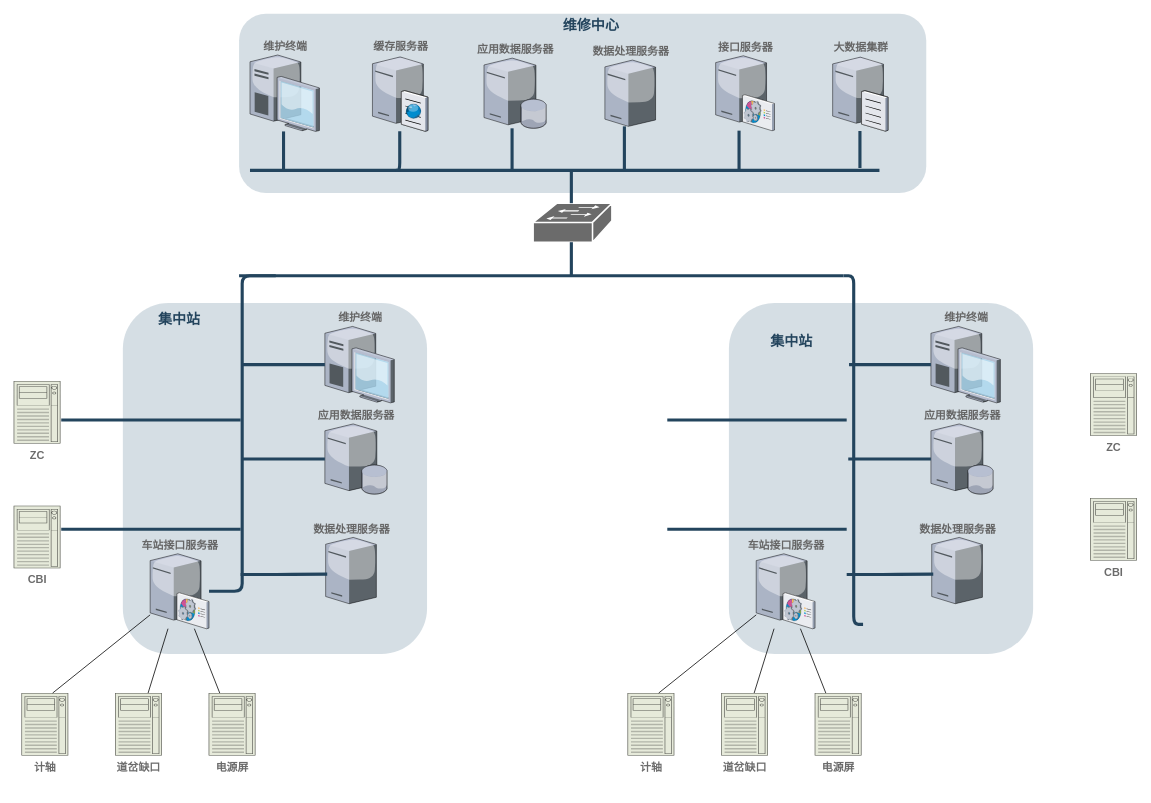
Earlier version of the draw.io diagram IMS-Deployment.drawio (how-chwong/nug). Source tidied: cells renumbered, new cells numbered last; positions are measured from the earlier drawing's top-left corner, leaving out a move shared by most shapes. Both pictures are drawn from the tidied source at 78%, with x=0, y=0 at pixel (13, 13).
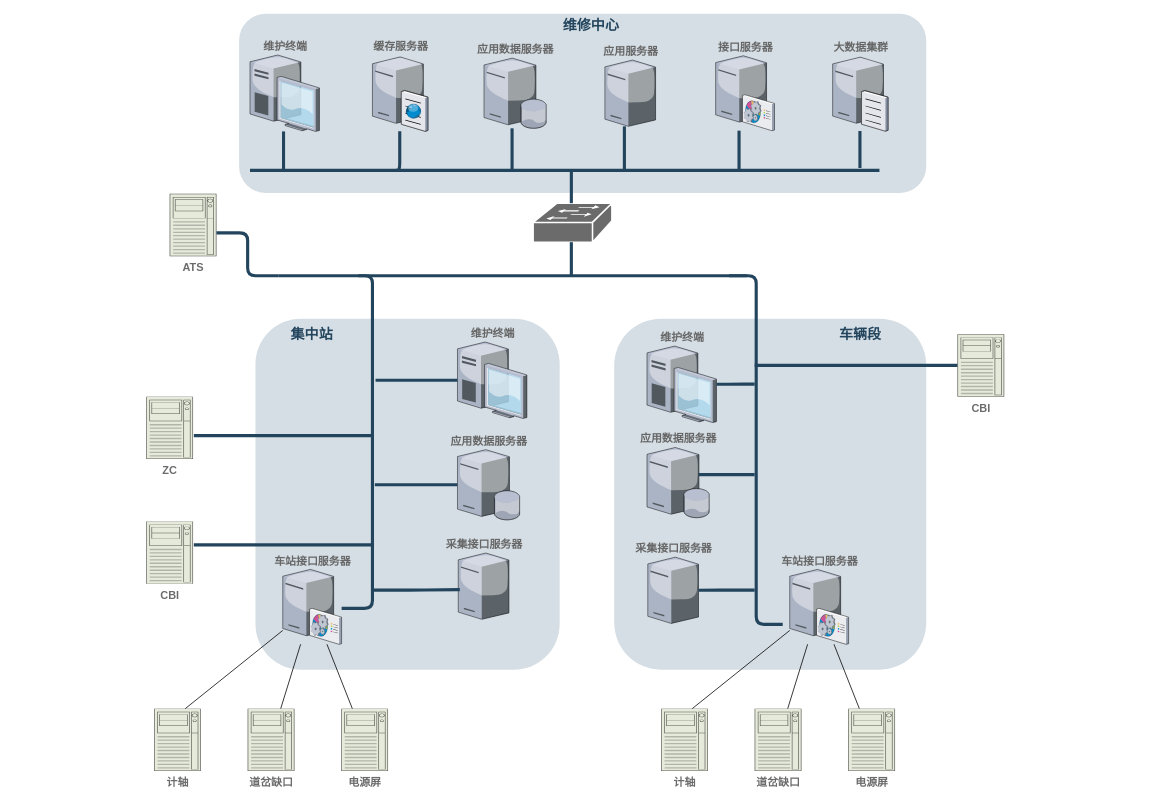
After the change.

What changed in the source:
```diff
@@
     <mxCell id="13" style="rounded=1;whiteSpace=wrap;html=1;strokeColor=none;fillColor=#BAC8D3;fontSize=24;fontColor=#23445D;align=right;opacity=60;labelPosition=left;verticalLabelPosition=top;verticalAlign=bottom;" parent="1" vertex="1">
-      <mxGeometry x="140" y="371" width="390" height="450" as="geometry" />
+      <mxGeometry x="310" y="391" width="390" height="450" as="geometry" />
     </mxCell>
@@
-    <mxCell id="18" value="数据处理服务器" style="verticalLabelPosition=top;sketch=0;html=1;verticalAlign=bottom;strokeColor=none;align=center;outlineConnect=0;shape=mxgraph.citrix.tower_server;fontSize=14;fontStyle=1;labelPosition=center;fontColor=#666666;" parent="1" vertex="1">
+    <mxCell id="18" value="应用服务器" style="verticalLabelPosition=top;sketch=0;html=1;verticalAlign=bottom;strokeColor=none;align=center;outlineConnect=0;shape=mxgraph.citrix.tower_server;fontSize=14;fontStyle=1;labelPosition=center;fontColor=#666666;" parent="1" vertex="1">
       <mxGeometry x="758" y="59.5" width="65" height="85" as="geometry" />
     </mxCell>
@@
-    <mxCell id="21" style="edgeStyle=elbowEdgeStyle;elbow=horizontal;endArrow=none;html=1;strokeColor=#23445D;endFill=0;strokeWidth=4;rounded=1;exitX=0.051;exitY=0.7;exitDx=0;exitDy=0;exitPerimeter=0;" parent="1" edge="1" target="29">
+    <mxCell id="21" style="edgeStyle=elbowEdgeStyle;elbow=horizontal;endArrow=none;html=1;strokeColor=#23445D;endFill=0;strokeWidth=4;rounded=1;exitX=0.167;exitY=0.3;exitDx=0;exitDy=0;exitPerimeter=0;" parent="1" edge="1">
       <mxGeometry relative="1" as="geometry">
-        <mxPoint x="336.1" y="336" as="sourcePoint" />
+        <mxPoint x="441.9" y="336" as="sourcePoint" />
+        <mxPoint x="420.5" y="762.5" as="targetPoint" />
+        <Array as="points">
+          <mxPoint x="460" y="533" />
+        </Array>
       </mxGeometry>
     </mxCell>
     <mxCell id="22" value="&lt;font color=&quot;#23445d&quot;&gt;集中站&lt;/font&gt;" style="rounded=1;whiteSpace=wrap;html=1;strokeColor=none;fillColor=none;fontSize=18;fontColor=#742B21;align=center;fontStyle=1;" parent="1" vertex="1">
-      <mxGeometry x="100.2" y="382" width="225" height="19" as="geometry" />
+      <mxGeometry x="270.2" y="402" width="225" height="19" as="geometry" />
     </mxCell>
     <mxCell id="23" value="维护终端" style="verticalLabelPosition=top;sketch=0;html=1;verticalAlign=bottom;strokeColor=none;align=center;outlineConnect=0;shape=mxgraph.citrix.desktop;fontStyle=1;fontSize=14;labelPosition=center;fontColor=#666666;" parent="1" vertex="1">
-      <mxGeometry x="399" y="401" width="89" height="98" as="geometry" />
+      <mxGeometry x="569" y="421" width="89" height="98" as="geometry" />
     </mxCell>
     <mxCell id="24" style="edgeStyle=elbowEdgeStyle;elbow=horizontal;endArrow=none;html=1;strokeColor=#23445D;endFill=0;strokeWidth=4;rounded=1;" parent="1" edge="1" target="23">
       <mxGeometry relative="1" as="geometry">
-        <mxPoint x="294" y="450" as="sourcePoint" />
+        <mxPoint x="464" y="470" as="sourcePoint" />
       </mxGeometry>
     </mxCell>
     <mxCell id="25" value="应用数据服务器" style="verticalLabelPosition=top;sketch=0;html=1;verticalAlign=bottom;strokeColor=none;align=center;outlineConnect=0;shape=mxgraph.citrix.database_server;labelPosition=center;fontSize=14;fontStyle=1;fontColor=#666666;" parent="1" vertex="1">
-      <mxGeometry x="399" y="526" width="80" height="90" as="geometry" />
+      <mxGeometry x="569" y="559" width="80" height="90" as="geometry" />
     </mxCell>
     <mxCell id="26" style="edgeStyle=elbowEdgeStyle;elbow=horizontal;endArrow=none;html=1;strokeColor=#23445D;endFill=0;strokeWidth=4;rounded=1;" parent="1" edge="1" target="25">
       <mxGeometry relative="1" as="geometry">
-        <mxPoint x="293" y="571" as="sourcePoint" />
+        <mxPoint x="463" y="604" as="sourcePoint" />
       </mxGeometry>
     </mxCell>
-    <mxCell id="27" value="数据处理服务器" style="verticalLabelPosition=top;sketch=0;html=1;verticalAlign=bottom;strokeColor=none;align=center;shape=mxgraph.citrix.tower_server;fontSize=14;fontStyle=1;labelPosition=center;fontColor=#666666;" parent="1" vertex="1">
-      <mxGeometry x="400" y="671.5" width="65" height="85" as="geometry" />
+    <mxCell id="27" value="采集接口服务器" style="verticalLabelPosition=top;sketch=0;html=1;verticalAlign=bottom;strokeColor=none;align=center;shape=mxgraph.citrix.tower_server;fontSize=14;fontStyle=1;labelPosition=center;fontColor=#666666;" parent="1" vertex="1">
+      <mxGeometry x="570" y="691.5" width="65" height="85" as="geometry" />
     </mxCell>
     <mxCell id="28" style="edgeStyle=elbowEdgeStyle;elbow=horizontal;endArrow=none;html=1;strokeColor=#23445D;endFill=0;strokeWidth=4;rounded=1;" parent="1" edge="1">
       <mxGeometry relative="1" as="geometry">
-        <mxPoint x="291" y="719" as="sourcePoint" />
-        <mxPoint x="402" y="718.5" as="targetPoint" />
+        <mxPoint x="461" y="739" as="sourcePoint" />
+        <mxPoint x="572" y="738.5" as="targetPoint" />
       </mxGeometry>
     </mxCell>
     <mxCell id="29" value="车站接口服务器" style="verticalLabelPosition=top;sketch=0;html=1;verticalAlign=bottom;strokeColor=none;align=center;outlineConnect=0;shape=mxgraph.citrix.command_center;labelPosition=center;fontSize=14;fontStyle=1;fontColor=#666666;" parent="1" vertex="1">
-      <mxGeometry x="175" y="692.5" width="75.5" height="96" as="geometry" />
+      <mxGeometry x="345" y="712.5" width="75.5" height="96" as="geometry" />
     </mxCell>
     <mxCell id="30" value="计轴" style="strokeColor=#666666;html=1;verticalLabelPosition=bottom;labelBackgroundColor=#ffffff;verticalAlign=top;shadow=0;dashed=0;shape=mxgraph.rack.general.server_2;fillColor=#e6eada;fontSize=14;fontStyle=1;fontColor=#6B6B6B;" parent="1" vertex="1">
-      <mxGeometry x="10" y="871" width="60" height="80" as="geometry" />
+      <mxGeometry x="180" y="891" width="60" height="80" as="geometry" />
     </mxCell>
     <mxCell id="31" value="道岔缺口" style="strokeColor=#666666;html=1;verticalLabelPosition=bottom;labelBackgroundColor=#ffffff;verticalAlign=top;outlineConnect=0;shadow=0;dashed=0;shape=mxgraph.rack.general.server_2;fillColor=#e6eada;fontSize=14;fontStyle=1;fontColor=#6B6B6B;" parent="1" vertex="1">
-      <mxGeometry x="130" y="871" width="60" height="80" as="geometry" />
+      <mxGeometry x="300" y="891" width="60" height="80" as="geometry" />
     </mxCell>
     <mxCell id="32" value="电源屏" style="strokeColor=#666666;html=1;verticalLabelPosition=bottom;labelBackgroundColor=#ffffff;verticalAlign=top;outlineConnect=0;shadow=0;dashed=0;shape=mxgraph.rack.general.server_2;fillColor=#e6eada;fontSize=14;fontStyle=1;fontColor=#6B6B6B;" parent="1" vertex="1">
-      <mxGeometry x="250" y="871" width="60" height="80" as="geometry" />
+      <mxGeometry x="420" y="891" width="60" height="80" as="geometry" />
     </mxCell>
     <mxCell id="33" style="endArrow=none;html=1;rounded=0;" parent="1" edge="1" target="29">
       <mxGeometry relative="1" as="geometry">
-        <mxPoint x="50" y="871" as="sourcePoint" />
+        <mxPoint x="220" y="891" as="sourcePoint" />
       </mxGeometry>
     </mxCell>
@@
     <mxCell id="36" value="ZC" style="strokeColor=#666666;html=1;verticalLabelPosition=bottom;labelBackgroundColor=#ffffff;verticalAlign=top;shadow=0;dashed=0;shape=mxgraph.rack.general.server_2;fillColor=#e6eada;fontSize=14;fontStyle=1;fontColor=#6B6B6B;" parent="1" vertex="1">
-      <mxGeometry y="471" width="60" height="80" as="geometry" />
+      <mxGeometry x="170" y="491" width="60" height="80" as="geometry" />
     </mxCell>
     <mxCell id="37" value="CBI" style="strokeColor=#666666;html=1;verticalLabelPosition=bottom;labelBackgroundColor=#ffffff;verticalAlign=top;shadow=0;dashed=0;shape=mxgraph.rack.general.server_2;fillColor=#e6eada;fontSize=14;fontStyle=1;fontColor=#6B6B6B;" parent="1" vertex="1">
-      <mxGeometry y="631" width="60" height="80" as="geometry" />
+      <mxGeometry x="170" y="651" width="60" height="80" as="geometry" />
     </mxCell>
     <mxCell id="38" style="edgeStyle=elbowEdgeStyle;elbow=horizontal;endArrow=none;html=1;strokeColor=#23445D;endFill=0;strokeWidth=4;rounded=1;" parent="1" edge="1">
       <mxGeometry relative="1" as="geometry">
-        <mxPoint x="61" y="521" as="sourcePoint" />
-        <mxPoint x="291" y="521" as="targetPoint" />
+        <mxPoint x="231" y="541" as="sourcePoint" />
+        <mxPoint x="461" y="541" as="targetPoint" />
       </mxGeometry>
     </mxCell>
     <mxCell id="39" style="edgeStyle=elbowEdgeStyle;elbow=horizontal;endArrow=none;html=1;strokeColor=#23445D;endFill=0;strokeWidth=4;rounded=1;" parent="1" edge="1">
       <mxGeometry relative="1" as="geometry">
-        <mxPoint x="61" y="661" as="sourcePoint" />
-        <mxPoint x="291" y="661" as="targetPoint" />
+        <mxPoint x="231" y="681" as="sourcePoint" />
+        <mxPoint x="461" y="681" as="targetPoint" />
       </mxGeometry>
     </mxCell>
     <mxCell id="40" style="rounded=1;whiteSpace=wrap;html=1;strokeColor=none;fillColor=#BAC8D3;fontSize=24;fontColor=#23445D;align=right;opacity=60;labelPosition=left;verticalLabelPosition=top;verticalAlign=bottom;" parent="1" vertex="1">
-      <mxGeometry x="917" y="371" width="390" height="450" as="geometry" />
+      <mxGeometry x="770" y="391" width="400" height="450" as="geometry" />
     </mxCell>
-    <mxCell id="41" style="edgeStyle=elbowEdgeStyle;elbow=horizontal;endArrow=none;html=1;strokeColor=#23445D;endFill=0;strokeWidth=4;rounded=1;" parent="1" edge="1" source="61">
+    <mxCell id="41" style="edgeStyle=elbowEdgeStyle;elbow=horizontal;endArrow=none;html=1;strokeColor=#23445D;endFill=0;strokeWidth=4;rounded=1;entryX=-0.066;entryY=0.734;entryDx=0;entryDy=0;entryPerimeter=0;" parent="1" edge="1">
       <mxGeometry relative="1" as="geometry">
-        <mxPoint x="1089" y="783" as="targetPoint" />
+        <mxPoint x="917" y="336" as="sourcePoint" />
+        <mxPoint x="986" y="783" as="targetPoint" />
       </mxGeometry>
     </mxCell>
-    <mxCell id="42" value="&lt;font color=&quot;#23445d&quot;&gt;集中站&lt;/font&gt;" style="rounded=1;whiteSpace=wrap;html=1;strokeColor=none;fillColor=none;fontSize=18;fontColor=#742B21;align=center;fontStyle=1;" parent="1" vertex="1">
-      <mxGeometry x="885" y="411" width="225" height="19" as="geometry" />
+    <mxCell id="42" value="&lt;font color=&quot;#23445d&quot;&gt;车辆段&lt;/font&gt;" style="rounded=1;whiteSpace=wrap;html=1;strokeColor=none;fillColor=none;fontSize=18;fontColor=#742B21;align=center;fontStyle=1;" parent="1" vertex="1">
+      <mxGeometry x="973" y="402" width="225" height="19" as="geometry" />
     </mxCell>
     <mxCell id="43" value="维护终端" style="verticalLabelPosition=top;sketch=0;html=1;verticalAlign=bottom;strokeColor=none;align=center;outlineConnect=0;shape=mxgraph.citrix.desktop;fontStyle=1;fontSize=14;labelPosition=center;fontColor=#666666;" parent="1" vertex="1">
-      <mxGeometry x="1176" y="401" width="89" height="98" as="geometry" />
+      <mxGeometry x="812" y="426.2" width="89" height="98" as="geometry" />
     </mxCell>
     <mxCell id="44" style="edgeStyle=elbowEdgeStyle;elbow=horizontal;endArrow=none;html=1;strokeColor=#23445D;endFill=0;strokeWidth=4;rounded=1;" parent="1" edge="1" target="43">
       <mxGeometry relative="1" as="geometry">
-        <mxPoint x="1071" y="450" as="sourcePoint" />
+        <mxPoint x="950" y="475" as="sourcePoint" />
       </mxGeometry>
     </mxCell>
     <mxCell id="45" value="应用数据服务器" style="verticalLabelPosition=top;sketch=0;html=1;verticalAlign=bottom;strokeColor=none;align=center;outlineConnect=0;shape=mxgraph.citrix.database_server;labelPosition=center;fontSize=14;fontStyle=1;fontColor=#666666;" parent="1" vertex="1">
-      <mxGeometry x="1176" y="526" width="80" height="90" as="geometry" />
+      <mxGeometry x="812" y="556.2" width="80" height="90" as="geometry" />
     </mxCell>
-    <mxCell id="46" style="edgeStyle=elbowEdgeStyle;elbow=horizontal;endArrow=none;html=1;strokeColor=#23445D;endFill=0;strokeWidth=4;rounded=1;" parent="1" edge="1" target="45">
-      <mxGeometry relative="1" as="geometry">
-        <mxPoint x="1070" y="571" as="sourcePoint" />
-      </mxGeometry>
-    </mxCell>
-    <mxCell id="47" value="数据处理服务器" style="verticalLabelPosition=top;sketch=0;html=1;verticalAlign=bottom;strokeColor=none;align=center;outlineConnect=0;shape=mxgraph.citrix.tower_server;fontSize=14;fontStyle=1;labelPosition=center;fontColor=#666666;" parent="1" vertex="1">
-      <mxGeometry x="1177" y="671.5" width="65" height="85" as="geometry" />
+    <mxCell id="47" value="采集接口服务器" style="verticalLabelPosition=top;sketch=0;html=1;verticalAlign=bottom;strokeColor=none;align=center;outlineConnect=0;shape=mxgraph.citrix.tower_server;fontSize=14;fontStyle=1;labelPosition=center;fontColor=#666666;" parent="1" vertex="1">
+      <mxGeometry x="813" y="696.8" width="65" height="85" as="geometry" />
     </mxCell>
-    <mxCell id="48" style="edgeStyle=elbowEdgeStyle;elbow=horizontal;endArrow=none;html=1;strokeColor=#23445D;endFill=0;strokeWidth=4;rounded=1;" parent="1" edge="1">
+    <mxCell id="48" style="edgeStyle=elbowEdgeStyle;elbow=horizontal;endArrow=none;html=1;strokeColor=#23445D;endFill=0;strokeWidth=4;rounded=1;" parent="1" edge="1" target="47">
       <mxGeometry relative="1" as="geometry">
-        <mxPoint x="1068" y="719" as="sourcePoint" />
-        <mxPoint x="1179" y="718.5" as="targetPoint" />
+        <mxPoint x="950" y="739" as="sourcePoint" />
       </mxGeometry>
     </mxCell>
     <mxCell id="49" value="车站接口服务器" style="verticalLabelPosition=top;sketch=0;html=1;verticalAlign=bottom;strokeColor=none;align=center;outlineConnect=0;shape=mxgraph.citrix.command_center;labelPosition=center;fontSize=14;fontStyle=1;fontColor=#666666;" parent="1" vertex="1">
-      <mxGeometry x="952" y="692.5" width="75.5" height="96" as="geometry" />
+      <mxGeometry x="995" y="712.5" width="75.5" height="96" as="geometry" />
     </mxCell>
     <mxCell id="50" value="计轴" style="strokeColor=#666666;html=1;verticalLabelPosition=bottom;labelBackgroundColor=#ffffff;verticalAlign=top;shadow=0;dashed=0;shape=mxgraph.rack.general.server_2;fillColor=#e6eada;fontSize=14;fontStyle=1;fontColor=#6B6B6B;" parent="1" vertex="1">
-      <mxGeometry x="787" y="871" width="60" height="80" as="geometry" />
+      <mxGeometry x="830" y="891" width="60" height="80" as="geometry" />
     </mxCell>
     <mxCell id="51" value="道岔缺口" style="strokeColor=#666666;html=1;verticalLabelPosition=bottom;labelBackgroundColor=#ffffff;verticalAlign=top;outlineConnect=0;shadow=0;dashed=0;shape=mxgraph.rack.general.server_2;fillColor=#e6eada;fontSize=14;fontStyle=1;fontColor=#6B6B6B;" parent="1" vertex="1">
-      <mxGeometry x="907" y="871" width="60" height="80" as="geometry" />
+      <mxGeometry x="950" y="891" width="60" height="80" as="geometry" />
     </mxCell>
     <mxCell id="52" value="电源屏" style="strokeColor=#666666;html=1;verticalLabelPosition=bottom;labelBackgroundColor=#ffffff;verticalAlign=top;outlineConnect=0;shadow=0;dashed=0;shape=mxgraph.rack.general.server_2;fillColor=#e6eada;fontSize=14;fontStyle=1;fontColor=#6B6B6B;" parent="1" vertex="1">
-      <mxGeometry x="1027" y="871" width="60" height="80" as="geometry" />
+      <mxGeometry x="1070" y="891" width="60" height="80" as="geometry" />
     </mxCell>
     <mxCell id="53" style="endArrow=none;html=1;rounded=0;" parent="1" edge="1" target="49">
       <mxGeometry relative="1" as="geometry">
-        <mxPoint x="827" y="871" as="sourcePoint" />
+        <mxPoint x="870" y="891" as="sourcePoint" />
       </mxGeometry>
     </mxCell>
@@
-    <mxCell id="56" value="ZC" style="strokeColor=#666666;html=1;verticalLabelPosition=bottom;labelBackgroundColor=#ffffff;verticalAlign=top;shadow=0;dashed=0;shape=mxgraph.rack.general.server_2;fillColor=#e6eada;fontSize=14;fontStyle=1;fontColor=#6B6B6B;" parent="1" vertex="1">
-      <mxGeometry x="1380" y="461" width="60" height="80" as="geometry" />
-    </mxCell>
     <mxCell id="57" value="CBI" style="strokeColor=#666666;html=1;verticalLabelPosition=bottom;labelBackgroundColor=#ffffff;verticalAlign=top;outlineConnect=0;shadow=0;dashed=0;shape=mxgraph.rack.general.server_2;fillColor=#e6eada;fontSize=14;fontStyle=1;fontColor=#6B6B6B;" parent="1" vertex="1">
-      <mxGeometry x="1380" y="621" width="60" height="80" as="geometry" />
+      <mxGeometry x="1210" y="411" width="60" height="80" as="geometry" />
     </mxCell>
-    <mxCell id="58" style="edgeStyle=elbowEdgeStyle;elbow=horizontal;endArrow=none;html=1;strokeColor=#23445D;endFill=0;strokeWidth=4;rounded=1;" parent="1" edge="1">
+    <mxCell id="58" style="edgeStyle=elbowEdgeStyle;elbow=horizontal;endArrow=none;html=1;strokeColor=#23445D;endFill=0;strokeWidth=4;rounded=1;" parent="1" edge="1" target="57">
       <mxGeometry relative="1" as="geometry">
-        <mxPoint x="838" y="521" as="sourcePoint" />
-        <mxPoint x="1068" y="521" as="targetPoint" />
+        <mxPoint x="950" y="451" as="sourcePoint" />
       </mxGeometry>
     </mxCell>
-    <mxCell id="59" style="edgeStyle=elbowEdgeStyle;elbow=horizontal;endArrow=none;html=1;strokeColor=#23445D;endFill=0;strokeWidth=4;rounded=1;" parent="1" edge="1">
-      <mxGeometry relative="1" as="geometry">
-        <mxPoint x="838" y="661" as="sourcePoint" />
-        <mxPoint x="1068" y="661" as="targetPoint" />
-      </mxGeometry>
-    </mxCell>
-    <mxCell id="60" style="edgeStyle=elbowEdgeStyle;elbow=horizontal;endArrow=none;html=1;strokeColor=#23445D;endFill=0;strokeWidth=4;rounded=1;" parent="1" edge="1" target="61">
-      <mxGeometry relative="1" as="geometry">
-        <mxPoint x="1055" y="336" as="sourcePoint" />
-      </mxGeometry>
-    </mxCell>
     <mxCell id="61" style="line;html=1;strokeColor=#23445D;" parent="1" vertex="1">
-      <mxGeometry x="289" y="331" width="775" height="10" as="geometry" />
+      <mxGeometry x="340" y="331" width="600" height="10" as="geometry" />
     </mxCell>
+    <mxCell id="62" style="edgeStyle=elbowEdgeStyle;elbow=horizontal;endArrow=none;html=1;strokeColor=#23445D;endFill=0;strokeWidth=4;rounded=1;" parent="1" edge="1">
+      <mxGeometry relative="1" as="geometry">
+        <mxPoint x="950" y="591" as="sourcePoint" />
+        <mxPoint x="878" y="591" as="targetPoint" />
+      </mxGeometry>
+    </mxCell>
+    <mxCell id="63" value="ATS" style="strokeColor=#666666;html=1;verticalLabelPosition=bottom;labelBackgroundColor=#ffffff;verticalAlign=top;shadow=0;dashed=0;shape=mxgraph.rack.general.server_2;fillColor=#e6eada;fontSize=14;fontStyle=1;fontColor=#6B6B6B;" parent="1" vertex="1">
+      <mxGeometry x="200" y="231" width="60" height="80" as="geometry" />
+    </mxCell>
+    <mxCell id="64" style="edgeStyle=elbowEdgeStyle;elbow=horizontal;endArrow=none;html=1;strokeColor=#23445D;endFill=0;strokeWidth=4;rounded=1;" parent="1" edge="1" target="61">
+      <mxGeometry relative="1" as="geometry">
+        <mxPoint x="260" y="281" as="sourcePoint" />
+      </mxGeometry>
+    </mxCell>
```
